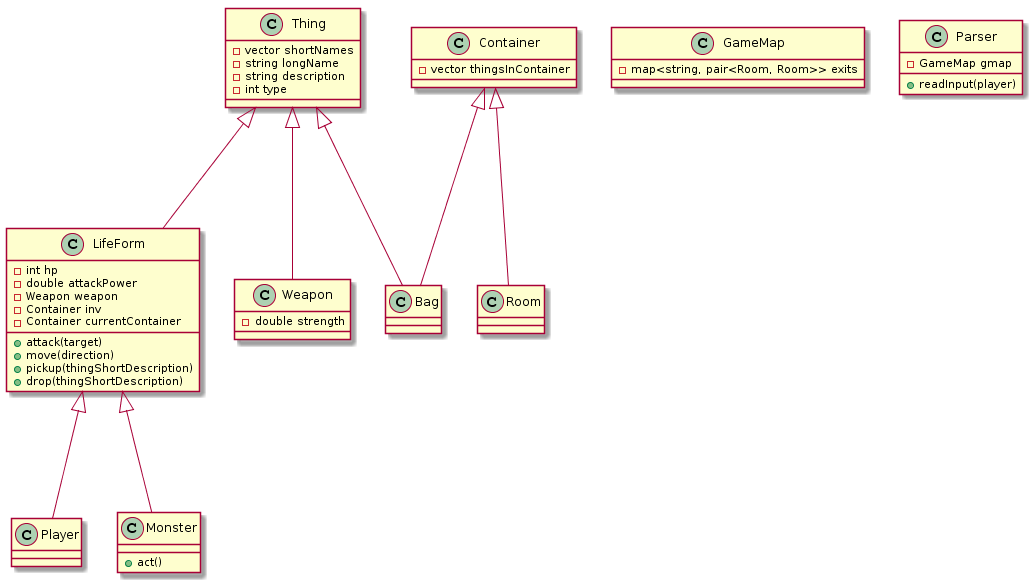
Before: images/game-uml-spring2017.png, a diagram exported from PlantUML (joshuaeckroth/csci221-website).
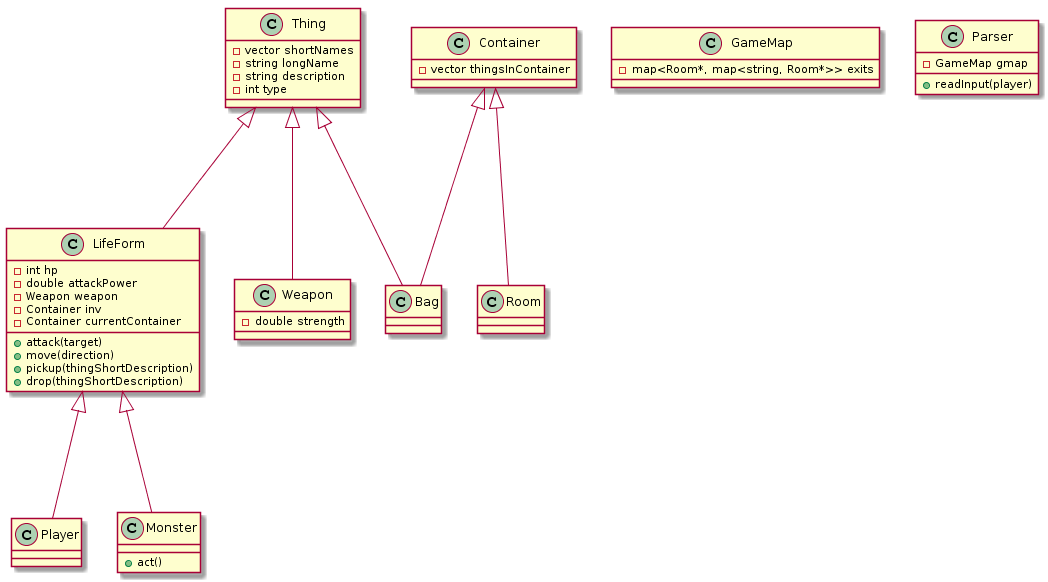
The same file after the commit.

Diff of the diagram source:
```diff
@@ -48,7 +48,7 @@
 }
 
 class GameMap {
- -map<string, pair<Room, Room>> exits
+ -map<Room*, map<string, Room*>> exits
 }
 
 class Parser {
```
